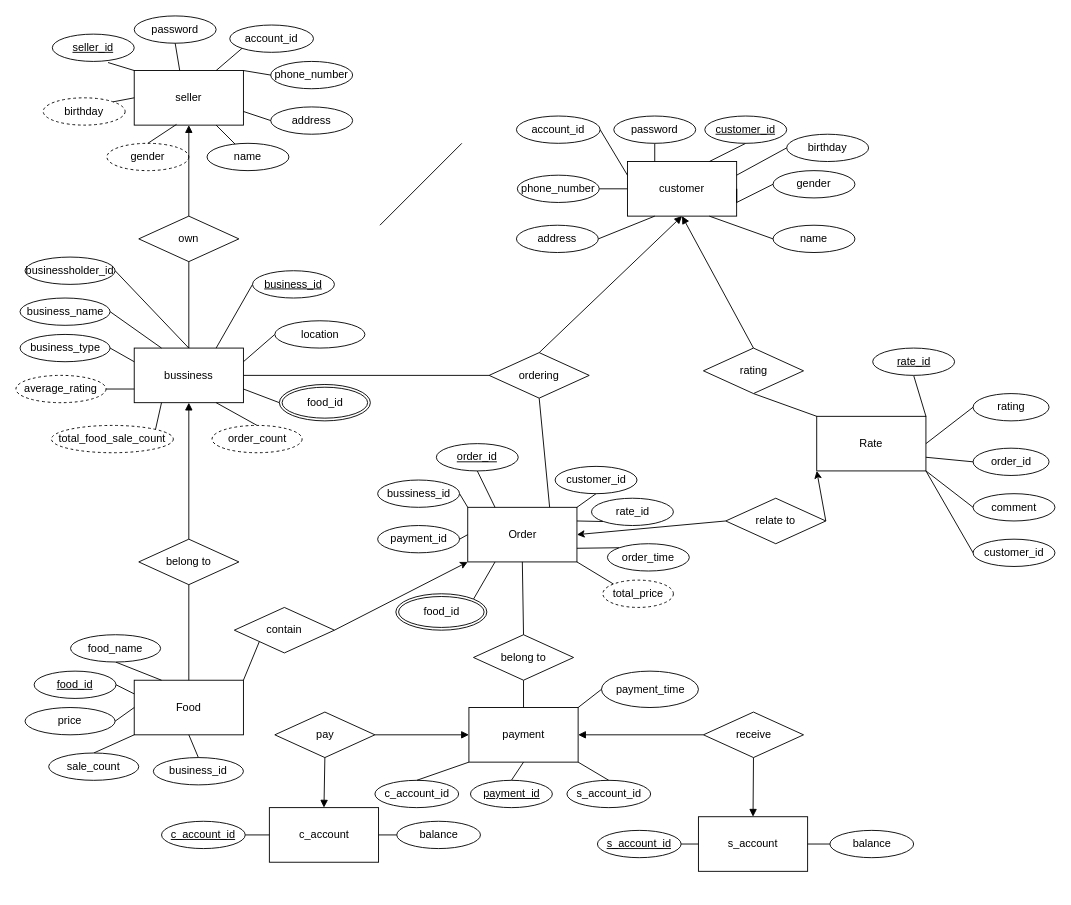
Before: ER_digram.drawio in Kaiyang-Liu/Using-R-Series, a draw.io diagram. Source tidied: cells renumbered, new cells numbered last; positions are measured from the earlier drawing's top-left corner, leaving out a move shared by most shapes. Both pictures are drawn from the tidied source at 91%, with x=0, y=0 at pixel (15, 15).
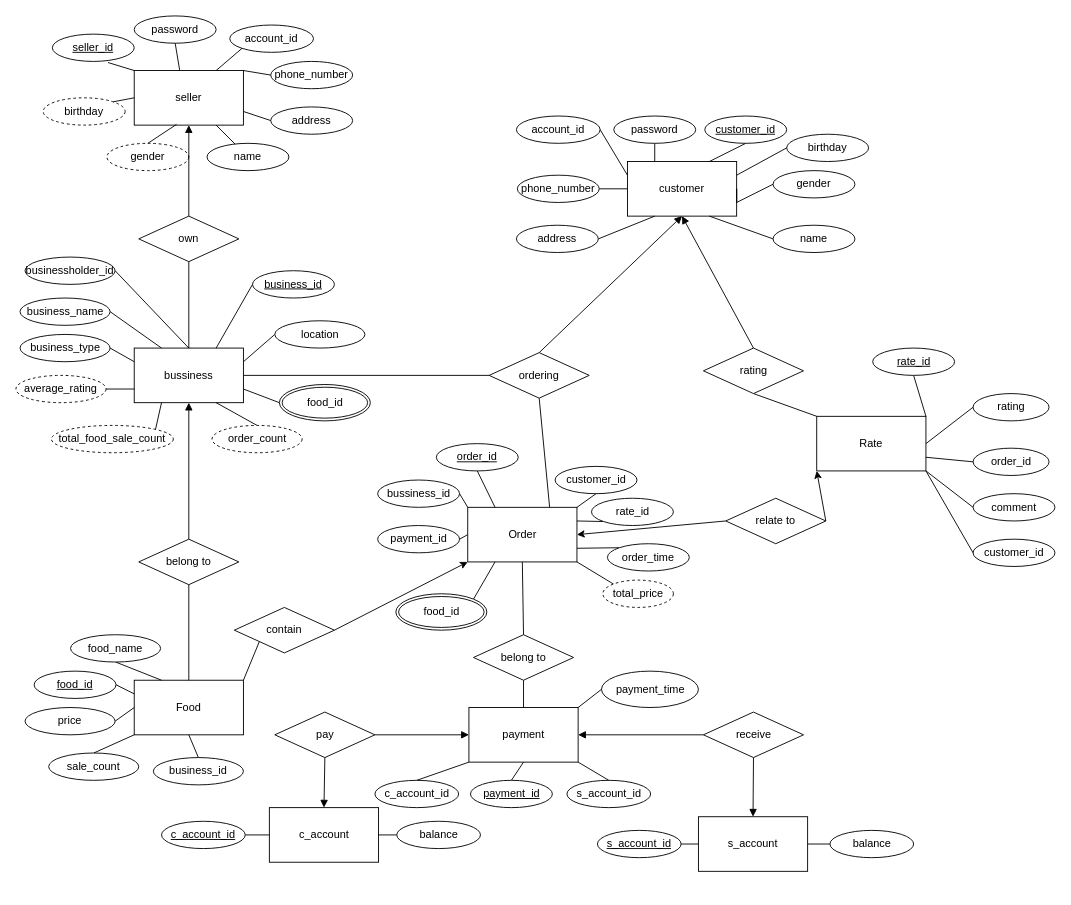
The same diagram, later.

Change to the diagram source:
```diff
@@
-    <mxCell id="140" style="endArrow=none;html=1;exitX=0.5;exitY=1;exitDx=0;exitDy=0;entryX=0;entryY=0.5;entryDx=0;entryDy=0;" parent="1" edge="1">
-      <mxGeometry relative="1" as="geometry">
-        <mxPoint x="400" y="230" as="sourcePoint" />
-        <mxPoint x="490" y="140" as="targetPoint" />
-      </mxGeometry>
-    </mxCell>
```
